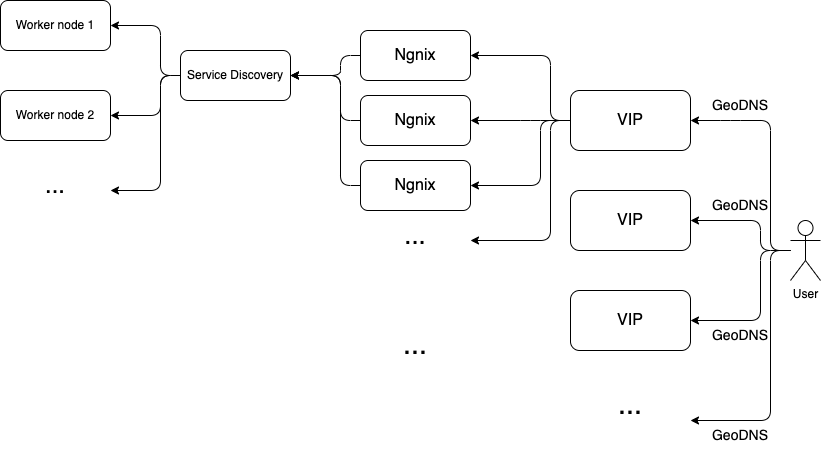
masharpik/ChadGPT_Highload keeps this draw.io diagram as img/local_balancer.png. Above is the earlier version. Source tidied: cells renumbered, new cells last; positions are measured from the earlier drawing's top-left corner, leaving out a move shared by most shapes. Its diagram source:
```xml
<mxGraphModel>
  <root>
    <mxCell id="0" />
    <mxCell id="1" parent="0" />
    <mxCell id="2" value="User" style="shape=umlActor;verticalLabelPosition=bottom;verticalAlign=top;html=1;outlineConnect=0;" parent="1" vertex="1">
      <mxGeometry x="790" y="220" width="30" height="60" as="geometry" />
    </mxCell>
    <mxCell id="3" value="&lt;font style=&quot;font-size: 16px;&quot;&gt;VIP&lt;/font&gt;" style="rounded=1;whiteSpace=wrap;html=1;" parent="1" vertex="1">
      <mxGeometry x="570" y="290" width="120" height="60" as="geometry" />
    </mxCell>
    <mxCell id="4" value="&lt;font style=&quot;font-size: 16px;&quot;&gt;VIP&lt;/font&gt;" style="rounded=1;whiteSpace=wrap;html=1;" parent="1" vertex="1">
      <mxGeometry x="570" y="90" width="120" height="60" as="geometry" />
    </mxCell>
    <mxCell id="5" value="&lt;font style=&quot;font-size: 16px;&quot;&gt;VIP&lt;/font&gt;" style="rounded=1;whiteSpace=wrap;html=1;" parent="1" vertex="1">
      <mxGeometry x="570" y="190" width="120" height="60" as="geometry" />
    </mxCell>
    <mxCell id="6" value="&lt;font style=&quot;font-size: 29px;&quot;&gt;...&lt;/font&gt;" style="text;html=1;align=center;verticalAlign=middle;whiteSpace=wrap;rounded=0;" parent="1" vertex="1">
      <mxGeometry x="600" y="390" width="60" height="30" as="geometry" />
    </mxCell>
    <mxCell id="7" style="endArrow=classic;html=1;rounded=1;curved=0;entryX=1;entryY=0.5;entryDx=0;entryDy=0;" parent="1" edge="1" source="2" target="4">
      <mxGeometry relative="1" as="geometry">
        <Array as="points">
          <mxPoint x="770" y="250" />
          <mxPoint x="770" y="120" />
          <mxPoint x="730" y="120" />
        </Array>
      </mxGeometry>
    </mxCell>
    <mxCell id="8" style="endArrow=classic;html=1;rounded=1;curved=0;entryX=1;entryY=0.5;entryDx=0;entryDy=0;" parent="1" edge="1" target="5">
      <mxGeometry relative="1" as="geometry">
        <mxPoint x="790" y="250" as="sourcePoint" />
        <Array as="points">
          <mxPoint x="760" y="250" />
          <mxPoint x="760" y="220" />
        </Array>
      </mxGeometry>
    </mxCell>
    <mxCell id="9" style="endArrow=classic;html=1;rounded=1;entryX=1;entryY=0.5;entryDx=0;entryDy=0;curved=0;" parent="1" edge="1" target="3">
      <mxGeometry relative="1" as="geometry">
        <mxPoint x="790" y="250" as="sourcePoint" />
        <Array as="points">
          <mxPoint x="760" y="250" />
          <mxPoint x="760" y="320" />
        </Array>
      </mxGeometry>
    </mxCell>
    <mxCell id="10" value="&lt;font style=&quot;font-size: 14px;&quot;&gt;GeoDNS&lt;/font&gt;" style="text;html=1;align=center;verticalAlign=middle;whiteSpace=wrap;rounded=0;" parent="1" vertex="1">
      <mxGeometry x="710" y="320" width="60" height="30" as="geometry" />
    </mxCell>
    <mxCell id="11" value="&lt;font style=&quot;font-size: 14px;&quot;&gt;GeoDNS&lt;/font&gt;" style="text;html=1;align=center;verticalAlign=middle;whiteSpace=wrap;rounded=0;" parent="1" vertex="1">
      <mxGeometry x="710" y="190" width="60" height="30" as="geometry" />
    </mxCell>
    <mxCell id="12" value="&lt;font style=&quot;font-size: 14px;&quot;&gt;GeoDNS&lt;/font&gt;" style="text;html=1;align=center;verticalAlign=middle;whiteSpace=wrap;rounded=0;" parent="1" vertex="1">
      <mxGeometry x="710" y="90" width="60" height="30" as="geometry" />
    </mxCell>
    <mxCell id="13" value="&lt;font style=&quot;font-size: 16px;&quot;&gt;Ngnix&lt;/font&gt;" style="rounded=1;whiteSpace=wrap;html=1;" parent="1" vertex="1">
      <mxGeometry x="360" y="30" width="110" height="50" as="geometry" />
    </mxCell>
    <mxCell id="14" value="&lt;font style=&quot;font-size: 16px;&quot;&gt;Ngnix&lt;/font&gt;" style="rounded=1;whiteSpace=wrap;html=1;" parent="1" vertex="1">
      <mxGeometry x="360" y="95" width="110" height="50" as="geometry" />
    </mxCell>
    <mxCell id="15" value="&lt;font style=&quot;font-size: 16px;&quot;&gt;Ngnix&lt;/font&gt;" style="rounded=1;whiteSpace=wrap;html=1;" parent="1" vertex="1">
      <mxGeometry x="360" y="160" width="110" height="50" as="geometry" />
    </mxCell>
    <mxCell id="16" style="endArrow=classic;html=1;rounded=1;curved=0;" parent="1" edge="1">
      <mxGeometry relative="1" as="geometry">
        <mxPoint x="790" y="250" as="sourcePoint" />
        <mxPoint x="690" y="420" as="targetPoint" />
        <Array as="points">
          <mxPoint x="770" y="250" />
          <mxPoint x="770" y="420" />
        </Array>
      </mxGeometry>
    </mxCell>
    <mxCell id="17" value="&lt;font style=&quot;font-size: 14px;&quot;&gt;GeoDNS&lt;/font&gt;" style="text;html=1;align=center;verticalAlign=middle;whiteSpace=wrap;rounded=0;" parent="1" vertex="1">
      <mxGeometry x="710" y="420" width="60" height="30" as="geometry" />
    </mxCell>
    <mxCell id="18" value="&lt;font style=&quot;font-size: 26px;&quot;&gt;...&lt;/font&gt;" style="text;html=1;align=center;verticalAlign=middle;whiteSpace=wrap;rounded=0;" parent="1" vertex="1">
      <mxGeometry x="385" y="220" width="60" height="30" as="geometry" />
    </mxCell>
    <mxCell id="19" style="endArrow=classic;html=1;rounded=1;entryX=1;entryY=0.5;entryDx=0;entryDy=0;exitX=0;exitY=0.5;exitDx=0;exitDy=0;curved=0;" parent="1" edge="1" source="4" target="13">
      <mxGeometry relative="1" as="geometry">
        <Array as="points">
          <mxPoint x="550" y="120" />
          <mxPoint x="550" y="55" />
        </Array>
      </mxGeometry>
    </mxCell>
    <mxCell id="20" style="endArrow=classic;html=1;rounded=1;curved=0;entryX=1;entryY=0.5;entryDx=0;entryDy=0;exitX=0;exitY=0.5;exitDx=0;exitDy=0;" parent="1" edge="1" source="4" target="14">
      <mxGeometry relative="1" as="geometry">
        <Array as="points">
          <mxPoint x="530" y="120" />
        </Array>
      </mxGeometry>
    </mxCell>
    <mxCell id="21" style="endArrow=classic;html=1;rounded=1;curved=0;exitX=0;exitY=0.5;exitDx=0;exitDy=0;entryX=1;entryY=0.5;entryDx=0;entryDy=0;" parent="1" edge="1" source="4" target="15">
      <mxGeometry relative="1" as="geometry">
        <Array as="points">
          <mxPoint x="540" y="120" />
          <mxPoint x="540" y="185" />
        </Array>
      </mxGeometry>
    </mxCell>
    <mxCell id="22" style="endArrow=classic;html=1;rounded=1;curved=0;exitX=0;exitY=0.5;exitDx=0;exitDy=0;" parent="1" edge="1" source="4">
      <mxGeometry relative="1" as="geometry">
        <mxPoint x="470" y="240" as="targetPoint" />
        <Array as="points">
          <mxPoint x="550" y="120" />
          <mxPoint x="550" y="240" />
        </Array>
      </mxGeometry>
    </mxCell>
    <mxCell id="23" value="&lt;font style=&quot;font-size: 29px;&quot;&gt;...&lt;/font&gt;" style="text;html=1;align=center;verticalAlign=middle;whiteSpace=wrap;rounded=0;" parent="1" vertex="1">
      <mxGeometry x="385" y="330" width="60" height="30" as="geometry" />
    </mxCell>
    <mxCell id="24" value="Service Discovery" style="rounded=1;whiteSpace=wrap;html=1;" parent="1" vertex="1">
      <mxGeometry x="180" y="50" width="110" height="50" as="geometry" />
    </mxCell>
    <mxCell id="25" style="endArrow=classic;html=1;rounded=1;curved=0;exitX=0;exitY=0.5;exitDx=0;exitDy=0;entryX=1;entryY=0.5;entryDx=0;entryDy=0;" parent="1" edge="1" source="13" target="24">
      <mxGeometry relative="1" as="geometry">
        <Array as="points">
          <mxPoint x="340" y="55" />
          <mxPoint x="340" y="75" />
        </Array>
      </mxGeometry>
    </mxCell>
    <mxCell id="26" style="endArrow=classic;html=1;rounded=1;curved=0;exitX=0;exitY=0.5;exitDx=0;exitDy=0;entryX=1;entryY=0.5;entryDx=0;entryDy=0;" parent="1" edge="1" source="14" target="24">
      <mxGeometry relative="1" as="geometry">
        <Array as="points">
          <mxPoint x="340" y="120" />
          <mxPoint x="340" y="75" />
        </Array>
      </mxGeometry>
    </mxCell>
    <mxCell id="27" style="endArrow=classic;html=1;rounded=1;curved=0;exitX=0;exitY=0.5;exitDx=0;exitDy=0;entryX=1;entryY=0.5;entryDx=0;entryDy=0;" parent="1" edge="1" source="15" target="24">
      <mxGeometry relative="1" as="geometry">
        <Array as="points">
          <mxPoint x="340" y="185" />
          <mxPoint x="340" y="75" />
        </Array>
      </mxGeometry>
    </mxCell>
    <mxCell id="28" value="Worker node 1" style="rounded=1;whiteSpace=wrap;html=1;" parent="1" vertex="1">
      <mxGeometry width="110" height="50" as="geometry" />
    </mxCell>
    <mxCell id="29" value="Worker node 2" style="rounded=1;whiteSpace=wrap;html=1;" parent="1" vertex="1">
      <mxGeometry y="90" width="110" height="50" as="geometry" />
    </mxCell>
    <mxCell id="30" style="endArrow=classic;html=1;rounded=1;entryX=1;entryY=0.5;entryDx=0;entryDy=0;exitX=0;exitY=0.5;exitDx=0;exitDy=0;curved=0;" parent="1" edge="1" source="24" target="28">
      <mxGeometry relative="1" as="geometry">
        <Array as="points">
          <mxPoint x="160" y="75" />
          <mxPoint x="160" y="25" />
        </Array>
      </mxGeometry>
    </mxCell>
    <mxCell id="31" style="endArrow=classic;html=1;rounded=1;curved=0;entryX=1;entryY=0.5;entryDx=0;entryDy=0;exitX=0;exitY=0.5;exitDx=0;exitDy=0;" parent="1" edge="1" source="24" target="29">
      <mxGeometry relative="1" as="geometry">
        <Array as="points">
          <mxPoint x="160" y="75" />
          <mxPoint x="160" y="115" />
        </Array>
      </mxGeometry>
    </mxCell>
    <mxCell id="32" value="&lt;font style=&quot;font-size: 24px;&quot;&gt;...&lt;/font&gt;" style="text;html=1;align=center;verticalAlign=middle;whiteSpace=wrap;rounded=0;" parent="1" vertex="1">
      <mxGeometry x="25" y="170" width="60" height="30" as="geometry" />
    </mxCell>
    <mxCell id="33" style="endArrow=classic;html=1;rounded=1;curved=0;exitX=0;exitY=0.5;exitDx=0;exitDy=0;" parent="1" edge="1" source="24">
      <mxGeometry relative="1" as="geometry">
        <mxPoint x="110" y="190" as="targetPoint" />
        <Array as="points">
          <mxPoint x="160" y="75" />
          <mxPoint x="160" y="190" />
        </Array>
      </mxGeometry>
    </mxCell>
  </root>
</mxGraphModel>
```
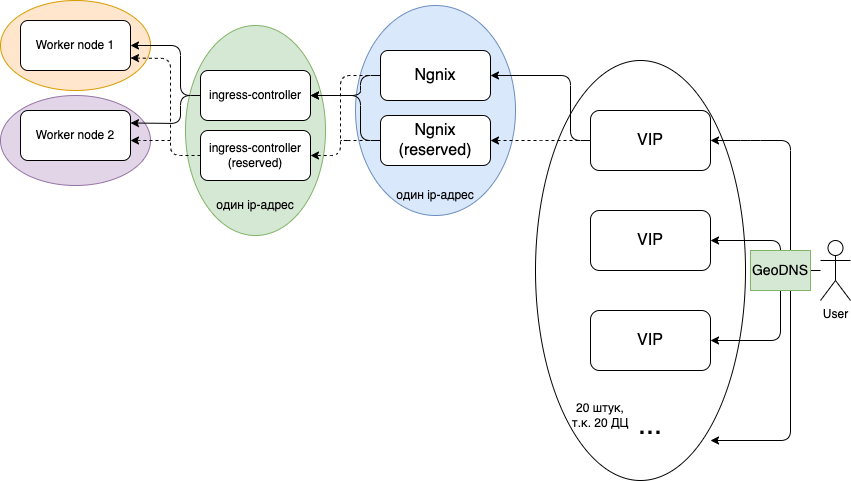
Above is the later version.

Change to the diagram source:
```diff
@@ -2,8 +2,33 @@
   <root>
     <mxCell id="0" />
     <mxCell id="1" parent="0" />
+    <mxCell id="34" style="ellipse;whiteSpace=wrap;html=1;fillColor=#e1d5e7;strokeColor=#9673a6;" parent="1" vertex="1">
+      <mxGeometry x="-20" y="75" width="150" height="90" as="geometry" />
+    </mxCell>
+    <mxCell id="35" style="ellipse;whiteSpace=wrap;html=1;fillColor=#ffe6cc;strokeColor=#d79b00;" parent="1" vertex="1">
+      <mxGeometry x="-20" y="-20" width="150" height="90" as="geometry" />
+    </mxCell>
+    <mxCell id="36" style="ellipse;whiteSpace=wrap;html=1;rotation=-90;fillColor=#d5e8d4;strokeColor=#82b366;" parent="1" vertex="1">
+      <mxGeometry x="130" y="40" width="210" height="140" as="geometry" />
+    </mxCell>
+    <mxCell id="37" style="ellipse;whiteSpace=wrap;html=1;rotation=-90;fillColor=#dae8fc;strokeColor=#6c8ebf;" parent="1" vertex="1">
+      <mxGeometry x="310" y="10" width="210" height="160" as="geometry" />
+    </mxCell>
+    <mxCell id="16" style="endArrow=classic;html=1;rounded=1;curved=0;" parent="1" edge="1">
+      <mxGeometry relative="1" as="geometry">
+        <mxPoint x="790" y="250" as="sourcePoint" />
+        <mxPoint x="690" y="420" as="targetPoint" />
+        <Array as="points">
+          <mxPoint x="770" y="250" />
+          <mxPoint x="770" y="420" />
+        </Array>
+      </mxGeometry>
+    </mxCell>
+    <mxCell id="38" style="ellipse;whiteSpace=wrap;html=1;rotation=-90;" parent="1" vertex="1">
+      <mxGeometry x="410" y="145" width="420" height="210" as="geometry" />
+    </mxCell>
     <mxCell id="2" value="User" style="shape=umlActor;verticalLabelPosition=bottom;verticalAlign=top;html=1;outlineConnect=0;" parent="1" vertex="1">
-      <mxGeometry x="790" y="220" width="30" height="60" as="geometry" />
+      <mxGeometry x="800" y="220" width="30" height="60" as="geometry" />
     </mxCell>
     <mxCell id="3" value="&lt;font style=&quot;font-size: 16px;&quot;&gt;VIP&lt;/font&gt;" style="rounded=1;whiteSpace=wrap;html=1;" parent="1" vertex="1">
       <mxGeometry x="570" y="290" width="120" height="60" as="geometry" />
@@ -44,40 +69,15 @@
         </Array>
       </mxGeometry>
     </mxCell>
-    <mxCell id="10" value="&lt;font style=&quot;font-size: 14px;&quot;&gt;GeoDNS&lt;/font&gt;" style="text;html=1;align=center;verticalAlign=middle;whiteSpace=wrap;rounded=0;" parent="1" vertex="1">
-      <mxGeometry x="710" y="320" width="60" height="30" as="geometry" />
+    <mxCell id="10" value="&lt;font style=&quot;font-size: 14px;&quot;&gt;GeoDNS&lt;/font&gt;" style="text;html=1;align=center;verticalAlign=middle;whiteSpace=wrap;rounded=0;fillColor=#d5e8d4;strokeColor=#82b366;" parent="1" vertex="1">
+      <mxGeometry x="730" y="230" width="60" height="40" as="geometry" />
     </mxCell>
-    <mxCell id="11" value="&lt;font style=&quot;font-size: 14px;&quot;&gt;GeoDNS&lt;/font&gt;" style="text;html=1;align=center;verticalAlign=middle;whiteSpace=wrap;rounded=0;" parent="1" vertex="1">
-      <mxGeometry x="710" y="190" width="60" height="30" as="geometry" />
-    </mxCell>
-    <mxCell id="12" value="&lt;font style=&quot;font-size: 14px;&quot;&gt;GeoDNS&lt;/font&gt;" style="text;html=1;align=center;verticalAlign=middle;whiteSpace=wrap;rounded=0;" parent="1" vertex="1">
-      <mxGeometry x="710" y="90" width="60" height="30" as="geometry" />
-    </mxCell>
     <mxCell id="13" value="&lt;font style=&quot;font-size: 16px;&quot;&gt;Ngnix&lt;/font&gt;" style="rounded=1;whiteSpace=wrap;html=1;" parent="1" vertex="1">
       <mxGeometry x="360" y="30" width="110" height="50" as="geometry" />
     </mxCell>
-    <mxCell id="14" value="&lt;font style=&quot;font-size: 16px;&quot;&gt;Ngnix&lt;/font&gt;" style="rounded=1;whiteSpace=wrap;html=1;" parent="1" vertex="1">
+    <mxCell id="14" value="&lt;font style=&quot;font-size: 16px;&quot;&gt;Ngnix&lt;/font&gt;&lt;div&gt;&lt;font style=&quot;font-size: 16px;&quot;&gt;(reserved)&lt;/font&gt;&lt;/div&gt;" style="rounded=1;whiteSpace=wrap;html=1;" parent="1" vertex="1">
       <mxGeometry x="360" y="95" width="110" height="50" as="geometry" />
     </mxCell>
-    <mxCell id="15" value="&lt;font style=&quot;font-size: 16px;&quot;&gt;Ngnix&lt;/font&gt;" style="rounded=1;whiteSpace=wrap;html=1;" parent="1" vertex="1">
-      <mxGeometry x="360" y="160" width="110" height="50" as="geometry" />
-    </mxCell>
-    <mxCell id="16" style="endArrow=classic;html=1;rounded=1;curved=0;" parent="1" edge="1">
-      <mxGeometry relative="1" as="geometry">
-        <mxPoint x="790" y="250" as="sourcePoint" />
-        <mxPoint x="690" y="420" as="targetPoint" />
-        <Array as="points">
-          <mxPoint x="770" y="250" />
-          <mxPoint x="770" y="420" />
-        </Array>
-      </mxGeometry>
-    </mxCell>
-    <mxCell id="17" value="&lt;font style=&quot;font-size: 14px;&quot;&gt;GeoDNS&lt;/font&gt;" style="text;html=1;align=center;verticalAlign=middle;whiteSpace=wrap;rounded=0;" parent="1" vertex="1">
-      <mxGeometry x="710" y="420" width="60" height="30" as="geometry" />
-    </mxCell>
-    <mxCell id="18" value="&lt;font style=&quot;font-size: 26px;&quot;&gt;...&lt;/font&gt;" style="text;html=1;align=center;verticalAlign=middle;whiteSpace=wrap;rounded=0;" parent="1" vertex="1">
-      <mxGeometry x="385" y="220" width="60" height="30" as="geometry" />
-    </mxCell>
     <mxCell id="19" style="endArrow=classic;html=1;rounded=1;entryX=1;entryY=0.5;entryDx=0;entryDy=0;exitX=0;exitY=0.5;exitDx=0;exitDy=0;curved=0;" parent="1" edge="1" source="4" target="13">
       <mxGeometry relative="1" as="geometry">
         <Array as="points">
@@ -86,34 +86,14 @@
         </Array>
       </mxGeometry>
     </mxCell>
-    <mxCell id="20" style="endArrow=classic;html=1;rounded=1;curved=0;entryX=1;entryY=0.5;entryDx=0;entryDy=0;exitX=0;exitY=0.5;exitDx=0;exitDy=0;" parent="1" edge="1" source="4" target="14">
+    <mxCell id="20" style="endArrow=classic;html=1;rounded=1;curved=0;entryX=1;entryY=0.5;entryDx=0;entryDy=0;exitX=0;exitY=0.5;exitDx=0;exitDy=0;dashed=1;" parent="1" edge="1" source="4" target="14">
       <mxGeometry relative="1" as="geometry">
         <Array as="points">
           <mxPoint x="530" y="120" />
         </Array>
       </mxGeometry>
     </mxCell>
-    <mxCell id="21" style="endArrow=classic;html=1;rounded=1;curved=0;exitX=0;exitY=0.5;exitDx=0;exitDy=0;entryX=1;entryY=0.5;entryDx=0;entryDy=0;" parent="1" edge="1" source="4" target="15">
-      <mxGeometry relative="1" as="geometry">
-        <Array as="points">
-          <mxPoint x="540" y="120" />
-          <mxPoint x="540" y="185" />
-        </Array>
-      </mxGeometry>
-    </mxCell>
-    <mxCell id="22" style="endArrow=classic;html=1;rounded=1;curved=0;exitX=0;exitY=0.5;exitDx=0;exitDy=0;" parent="1" edge="1" source="4">
-      <mxGeometry relative="1" as="geometry">
-        <mxPoint x="470" y="240" as="targetPoint" />
-        <Array as="points">
-          <mxPoint x="550" y="120" />
-          <mxPoint x="550" y="240" />
-        </Array>
-      </mxGeometry>
-    </mxCell>
-    <mxCell id="23" value="&lt;font style=&quot;font-size: 29px;&quot;&gt;...&lt;/font&gt;" style="text;html=1;align=center;verticalAlign=middle;whiteSpace=wrap;rounded=0;" parent="1" vertex="1">
-      <mxGeometry x="385" y="330" width="60" height="30" as="geometry" />
-    </mxCell>
-    <mxCell id="24" value="Service Discovery" style="rounded=1;whiteSpace=wrap;html=1;" parent="1" vertex="1">
+    <mxCell id="24" value="ingress-controller" style="rounded=1;whiteSpace=wrap;html=1;" parent="1" vertex="1">
       <mxGeometry x="180" y="50" width="110" height="50" as="geometry" />
     </mxCell>
     <mxCell id="25" style="endArrow=classic;html=1;rounded=1;curved=0;exitX=0;exitY=0.5;exitDx=0;exitDy=0;entryX=1;entryY=0.5;entryDx=0;entryDy=0;" parent="1" edge="1" source="13" target="24">
@@ -132,14 +112,6 @@
         </Array>
       </mxGeometry>
     </mxCell>
-    <mxCell id="27" style="endArrow=classic;html=1;rounded=1;curved=0;exitX=0;exitY=0.5;exitDx=0;exitDy=0;entryX=1;entryY=0.5;entryDx=0;entryDy=0;" parent="1" edge="1" source="15" target="24">
-      <mxGeometry relative="1" as="geometry">
-        <Array as="points">
-          <mxPoint x="340" y="185" />
-          <mxPoint x="340" y="75" />
-        </Array>
-      </mxGeometry>
-    </mxCell>
     <mxCell id="28" value="Worker node 1" style="rounded=1;whiteSpace=wrap;html=1;" parent="1" vertex="1">
       <mxGeometry width="110" height="50" as="geometry" />
     </mxCell>
@@ -154,25 +126,59 @@
         </Array>
       </mxGeometry>
     </mxCell>
-    <mxCell id="31" style="endArrow=classic;html=1;rounded=1;curved=0;entryX=1;entryY=0.5;entryDx=0;entryDy=0;exitX=0;exitY=0.5;exitDx=0;exitDy=0;" parent="1" edge="1" source="24" target="29">
+    <mxCell id="31" style="endArrow=classic;html=1;rounded=1;curved=0;exitX=0;exitY=0.5;exitDx=0;exitDy=0;entryX=1;entryY=0.25;entryDx=0;entryDy=0;" parent="1" edge="1" source="24" target="29">
       <mxGeometry relative="1" as="geometry">
         <Array as="points">
           <mxPoint x="160" y="75" />
-          <mxPoint x="160" y="115" />
+          <mxPoint x="160" y="103" />
         </Array>
       </mxGeometry>
     </mxCell>
-    <mxCell id="32" value="&lt;font style=&quot;font-size: 24px;&quot;&gt;...&lt;/font&gt;" style="text;html=1;align=center;verticalAlign=middle;whiteSpace=wrap;rounded=0;" parent="1" vertex="1">
-      <mxGeometry x="25" y="170" width="60" height="30" as="geometry" />
-    </mxCell>
-    <mxCell id="33" style="endArrow=classic;html=1;rounded=1;curved=0;exitX=0;exitY=0.5;exitDx=0;exitDy=0;" parent="1" edge="1" source="24">
-      <mxGeometry relative="1" as="geometry">
-        <mxPoint x="110" y="190" as="targetPoint" />
-        <Array as="points">
-          <mxPoint x="160" y="75" />
-          <mxPoint x="160" y="190" />
-        </Array>
-      </mxGeometry>
-    </mxCell>
+    <mxCell id="39" value="20 штук,&lt;div&gt;т.к. 20 ДЦ&lt;/div&gt;" style="text;html=1;align=center;verticalAlign=middle;whiteSpace=wrap;rounded=0;" parent="1" vertex="1">
+      <mxGeometry x="550" y="380" width="60" height="30" as="geometry" />
+    </mxCell>
+    <mxCell id="40" value="один ip-адрес" style="text;html=1;align=center;verticalAlign=middle;whiteSpace=wrap;rounded=0;" parent="1" vertex="1">
+      <mxGeometry x="365" y="160" width="100" height="30" as="geometry" />
+    </mxCell>
+    <mxCell id="41" value="ingress-controller&lt;div&gt;(reserved)&lt;/div&gt;" style="rounded=1;whiteSpace=wrap;html=1;" parent="1" vertex="1">
+      <mxGeometry x="180" y="110" width="110" height="50" as="geometry" />
+    </mxCell>
+    <mxCell id="42" value="один ip-адрес" style="text;html=1;align=center;verticalAlign=middle;whiteSpace=wrap;rounded=0;" parent="1" vertex="1">
+      <mxGeometry x="185" y="170" width="100" height="30" as="geometry" />
+    </mxCell>
+    <mxCell id="43" style="endArrow=classic;html=1;rounded=1;curved=0;exitX=0;exitY=0.5;exitDx=0;exitDy=0;entryX=1;entryY=0.5;entryDx=0;entryDy=0;dashed=1;" parent="1" edge="1" source="13" target="41">
+      <mxGeometry relative="1" as="geometry">
+        <Array as="points">
+          <mxPoint x="320" y="55" />
+          <mxPoint x="320" y="135" />
+        </Array>
+      </mxGeometry>
+    </mxCell>
+    <mxCell id="44" style="endArrow=none;html=1;rounded=1;curved=0;exitX=0;exitY=0.5;exitDx=0;exitDy=0;dashed=1;endFill=0;" parent="1" edge="1" source="14">
+      <mxGeometry relative="1" as="geometry">
+        <mxPoint x="320" y="120" as="targetPoint" />
+        <Array as="points">
+          <mxPoint x="320" y="120" />
+          <mxPoint x="330" y="120" />
+        </Array>
+      </mxGeometry>
+    </mxCell>
+    <mxCell id="45" style="endArrow=classic;html=1;rounded=1;entryX=1;entryY=0.75;entryDx=0;entryDy=0;exitX=0;exitY=0.5;exitDx=0;exitDy=0;curved=0;dashed=1;" parent="1" edge="1" source="41" target="28">
+      <mxGeometry relative="1" as="geometry">
+        <Array as="points">
+          <mxPoint x="150" y="135" />
+          <mxPoint x="150" y="38" />
+        </Array>
+      </mxGeometry>
+    </mxCell>
+    <mxCell id="46" style="endArrow=classic;html=1;rounded=1;curved=0;dashed=1;" parent="1" edge="1">
+      <mxGeometry relative="1" as="geometry">
+        <mxPoint x="150" y="120" as="sourcePoint" />
+        <mxPoint x="110" y="120" as="targetPoint" />
+        <Array as="points">
+          <mxPoint x="120" y="120" />
+        </Array>
+      </mxGeometry>
+    </mxCell>
   </root>
 </mxGraphModel>
```
